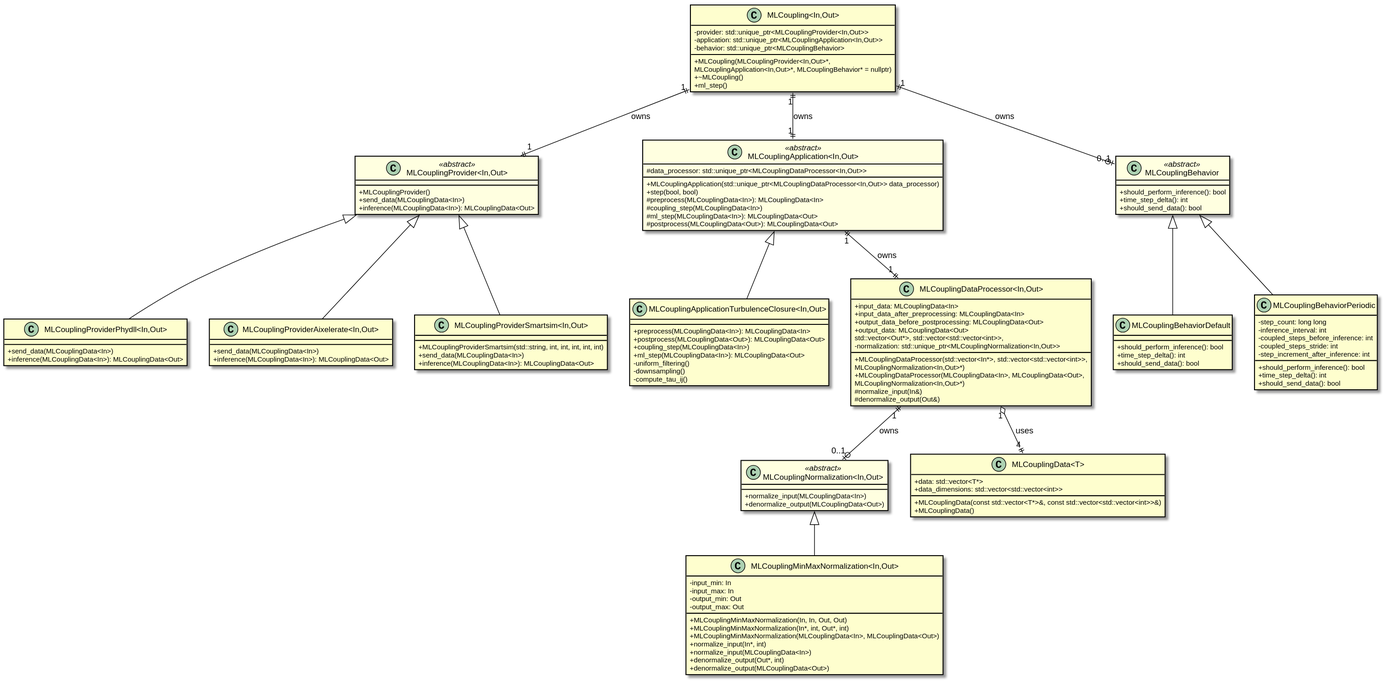
chrisb09/CPP-ML-Interface keeps this PlantUML diagram as documentation/CPP_NEW_ML_Interface.svg. Above is the earlier version.
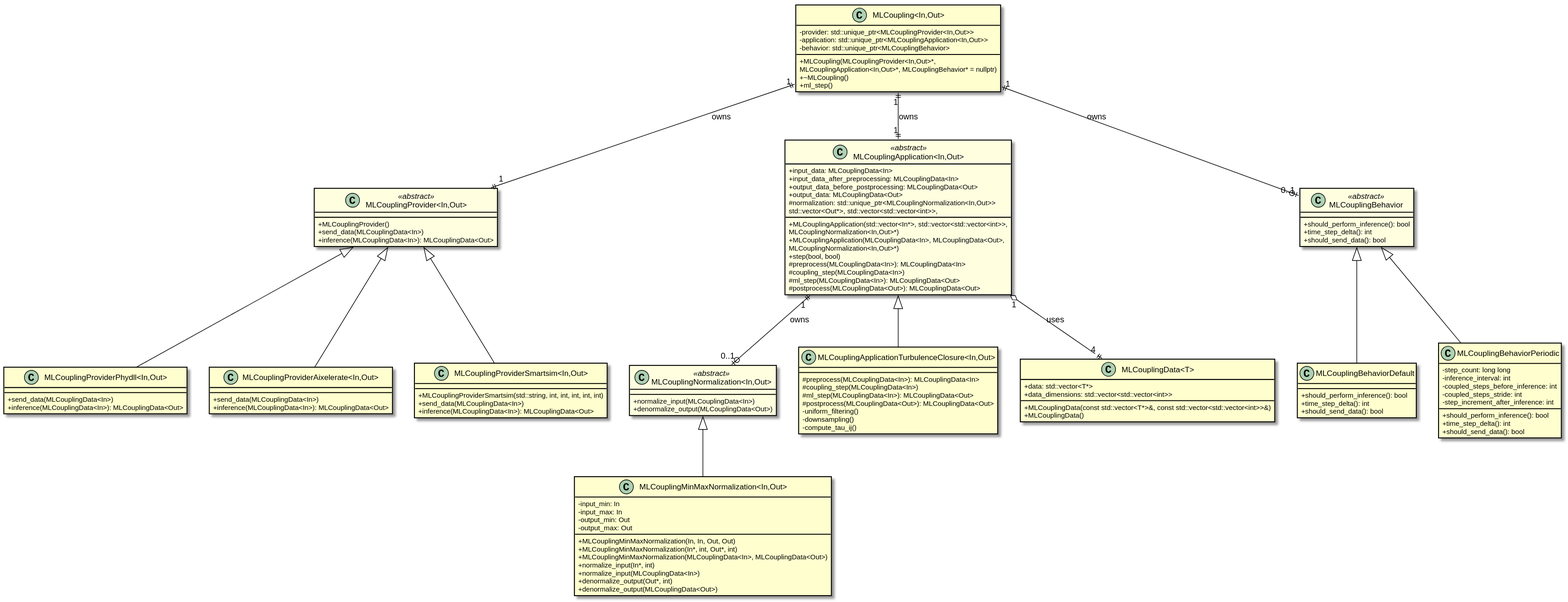
The same file after the commit.

Commit message:
docs/chore: update UML diagram, example config, add README and build scripts

Diff of the diagram source:
```diff
@@ -27,8 +27,16 @@
 }
 
 class "MLCouplingApplication<In,Out>" <<abstract>> {
-    + MLCouplingApplication(std::unique_ptr<MLCouplingDataProcessor<In,Out>> data_processor)
-    # data_processor: std::unique_ptr<MLCouplingDataProcessor<In,Out>>
+    + input_data: MLCouplingData<In>
+    + input_data_after_preprocessing: MLCouplingData<In>
+    + output_data_before_postprocessing: MLCouplingData<Out>
+    + output_data: MLCouplingData<Out>
+    # normalization: std::unique_ptr<MLCouplingNormalization<In,Out>>
+    + MLCouplingApplication(std::vector<In*>, std::vector<std::vector<int>>,
+                            std::vector<Out*>, std::vector<std::vector<int>>,
+                            MLCouplingNormalization<In,Out>*)
+    + MLCouplingApplication(MLCouplingData<In>, MLCouplingData<Out>,
+                            MLCouplingNormalization<In,Out>*)
     + step(bool, bool)
     # preprocess(MLCouplingData<In>): MLCouplingData<In>
     # coupling_step(MLCouplingData<In>)
@@ -56,28 +64,13 @@
 }
 
 class "MLCouplingApplicationTurbulenceClosure<In,Out>" {
-    + preprocess(MLCouplingData<In>): MLCouplingData<In>
-    + postprocess(MLCouplingData<Out>): MLCouplingData<Out>
-    + coupling_step(MLCouplingData<In>)
-    + ml_step(MLCouplingData<In>): MLCouplingData<Out>
+    # preprocess(MLCouplingData<In>): MLCouplingData<In>
+    # coupling_step(MLCouplingData<In>)
+    # ml_step(MLCouplingData<In>): MLCouplingData<Out>
+    # postprocess(MLCouplingData<Out>): MLCouplingData<Out>
     - uniform_filtering()
     - downsampling()
     - compute_tau_ij()
-}
-
-class "MLCouplingDataProcessor<In,Out>" {
-    + input_data: MLCouplingData<In>
-    + input_data_after_preprocessing: MLCouplingData<In>
-    + output_data_before_postprocessing: MLCouplingData<Out>
-    + output_data: MLCouplingData<Out>
-    + MLCouplingDataProcessor(std::vector<In*>, std::vector<std::vector<int>>,
-                              std::vector<Out*>, std::vector<std::vector<int>>,
-                              MLCouplingNormalization<In,Out>*)
-    + MLCouplingDataProcessor(MLCouplingData<In>, MLCouplingData<Out>,
-                              MLCouplingNormalization<In,Out>*)
-    # normalize_input(In&)
-    # denormalize_output(Out&)
-    - normalization: std::unique_ptr<MLCouplingNormalization<In,Out>>
 }
 
 class "MLCouplingData<T>" {
@@ -129,9 +122,8 @@
 "MLCoupling<In,Out>" "1" ||--|| "1" "MLCouplingProvider<In,Out>" : owns
 "MLCoupling<In,Out>" "1" ||--|| "1" "MLCouplingApplication<In,Out>" : owns
 "MLCoupling<In,Out>" "1" ||--o| "0..1" "MLCouplingBehavior" : owns
-"MLCouplingApplication<In,Out>" "1" ||--|| "1" "MLCouplingDataProcessor<In,Out>" : owns
-"MLCouplingDataProcessor<In,Out>" "1" ||--o| "0..1" "MLCouplingNormalization<In,Out>" : owns
-"MLCouplingDataProcessor<In,Out>" "1" o--|| "4" "MLCouplingData<T>" : uses
+"MLCouplingApplication<In,Out>" "1" ||--o| "0..1" "MLCouplingNormalization<In,Out>" : owns
+"MLCouplingApplication<In,Out>" "1" o--|| "4" "MLCouplingData<T>" : uses
 "MLCouplingNormalization<In,Out>" <|-- "MLCouplingMinMaxNormalization<In,Out>"
 
 "MLCouplingApplication<In,Out>" <|-- "MLCouplingApplicationTurbulenceClosure<In,Out>"
```
